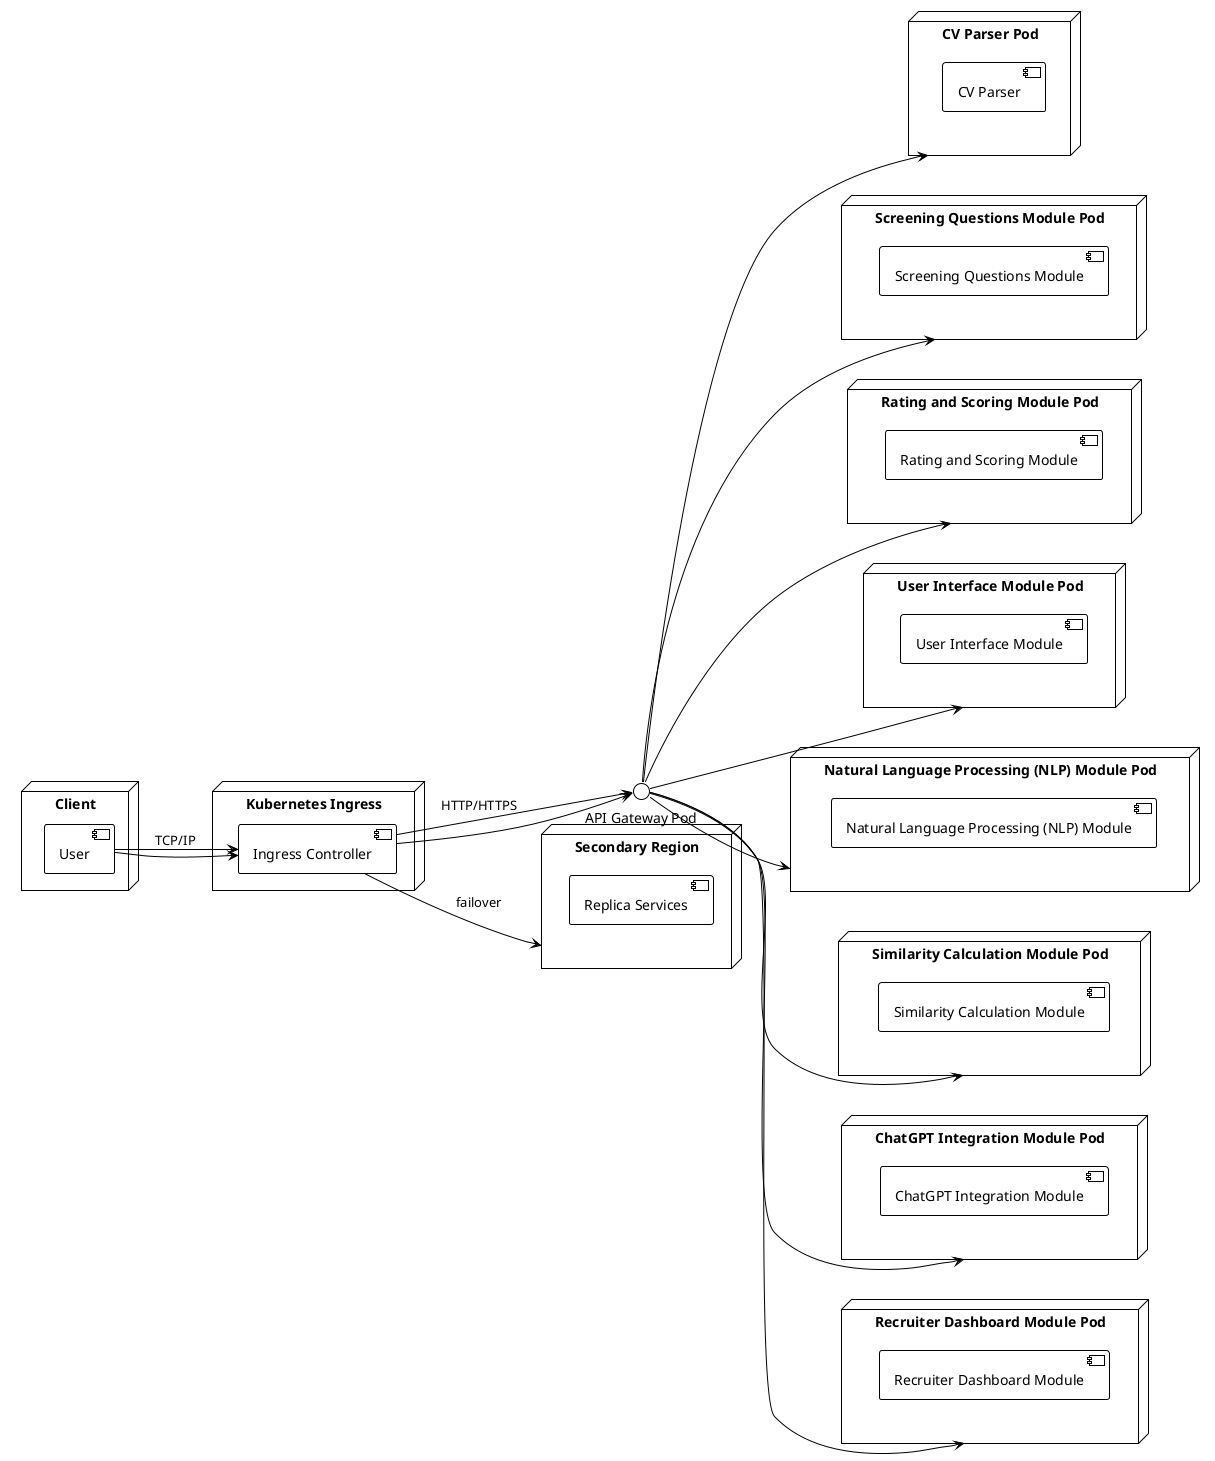
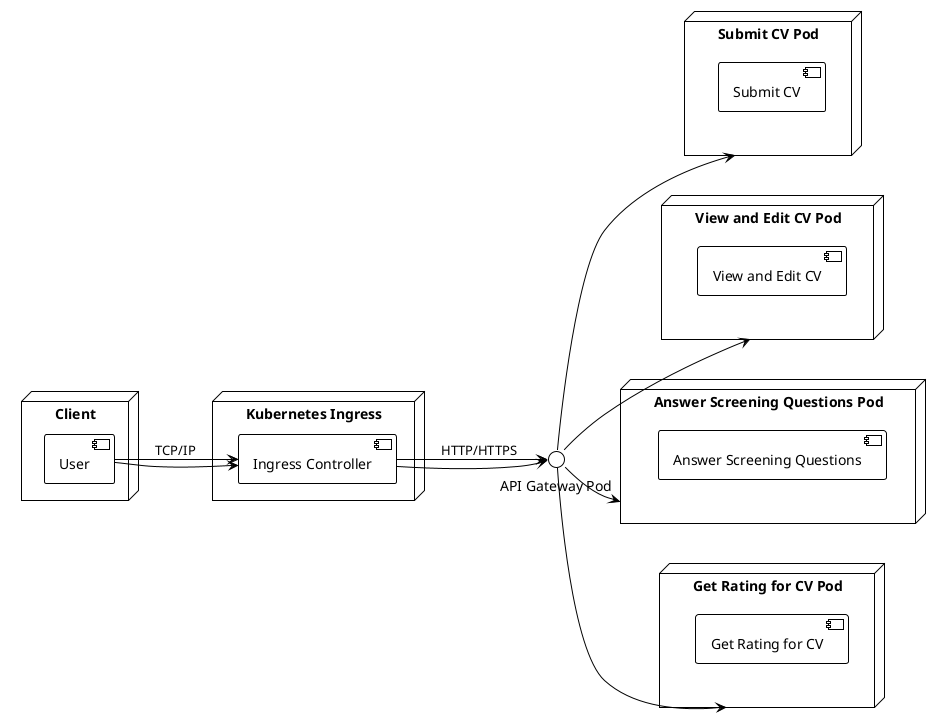
@startuml
!theme plain
left to right direction
node "Client" {
  component "User"
}
node "Kubernetes Ingress" {
  component "Ingress Controller"
}
- node "CV Parser Pod" {
-   component "CV Parser"
+ node "Submit CV Pod" {
+   component "Submit CV"
}
- node "Screening Questions Module Pod" {
-   component "Screening Questions Module"
+ node "View and Edit CV Pod" {
+   component "View and Edit CV"
}
- node "Rating and Scoring Module Pod" {
-   component "Rating and Scoring Module"
+ node "Answer Screening Questions Pod" {
+   component "Answer Screening Questions"
}
- node "User Interface Module Pod" {
-   component "User Interface Module"
- }
- node "Natural Language Processing (NLP) Module Pod" {
-   component "Natural Language Processing (NLP) Module"
- }
- node "Similarity Calculation Module Pod" {
-   component "Similarity Calculation Module"
- }
- node "ChatGPT Integration Module Pod" {
-   component "ChatGPT Integration Module"
- }
- node "Recruiter Dashboard Module Pod" {
-   component "Recruiter Dashboard Module"
+ node "Get Rating for CV Pod" {
+   component "Get Rating for CV"
}
"User" --> "Ingress Controller" : TCP/IP
"Ingress Controller" --> "API Gateway Pod" : HTTP/HTTPS
"User" --> "Ingress Controller"
"Ingress Controller" --> "API Gateway Pod"
- "API Gateway Pod" --> "CV Parser Pod"
- "API Gateway Pod" --> "Screening Questions Module Pod"
- "API Gateway Pod" --> "Rating and Scoring Module Pod"
- "API Gateway Pod" --> "User Interface Module Pod"
- "API Gateway Pod" --> "Natural Language Processing (NLP) Module Pod"
- "API Gateway Pod" --> "Similarity Calculation Module Pod"
- "API Gateway Pod" --> "ChatGPT Integration Module Pod"
- "API Gateway Pod" --> "Recruiter Dashboard Module Pod"
- node "Secondary Region" {
-   component "Replica Services"
- }
- "Ingress Controller" --> "Secondary Region" : failover
+ "API Gateway Pod" --> "Submit CV Pod"
+ "API Gateway Pod" --> "View and Edit CV Pod"
+ "API Gateway Pod" --> "Answer Screening Questions Pod"
+ "API Gateway Pod" --> "Get Rating for CV Pod"
@enduml